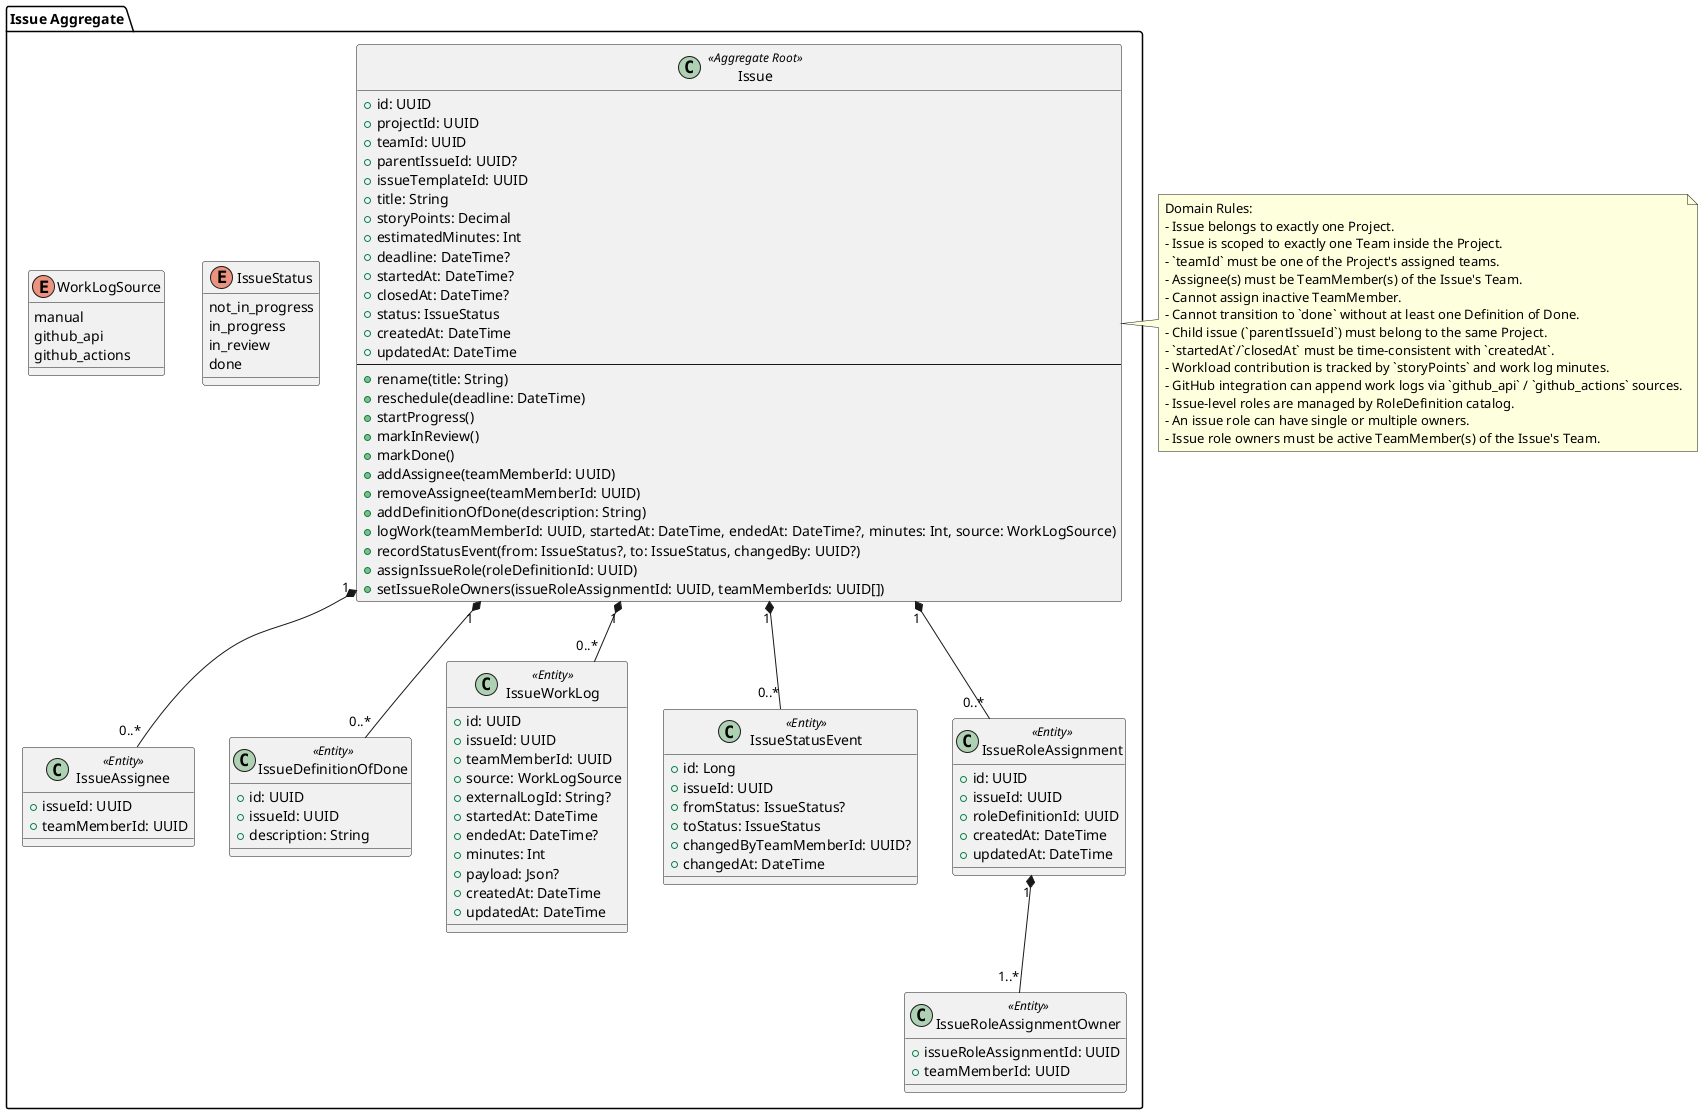
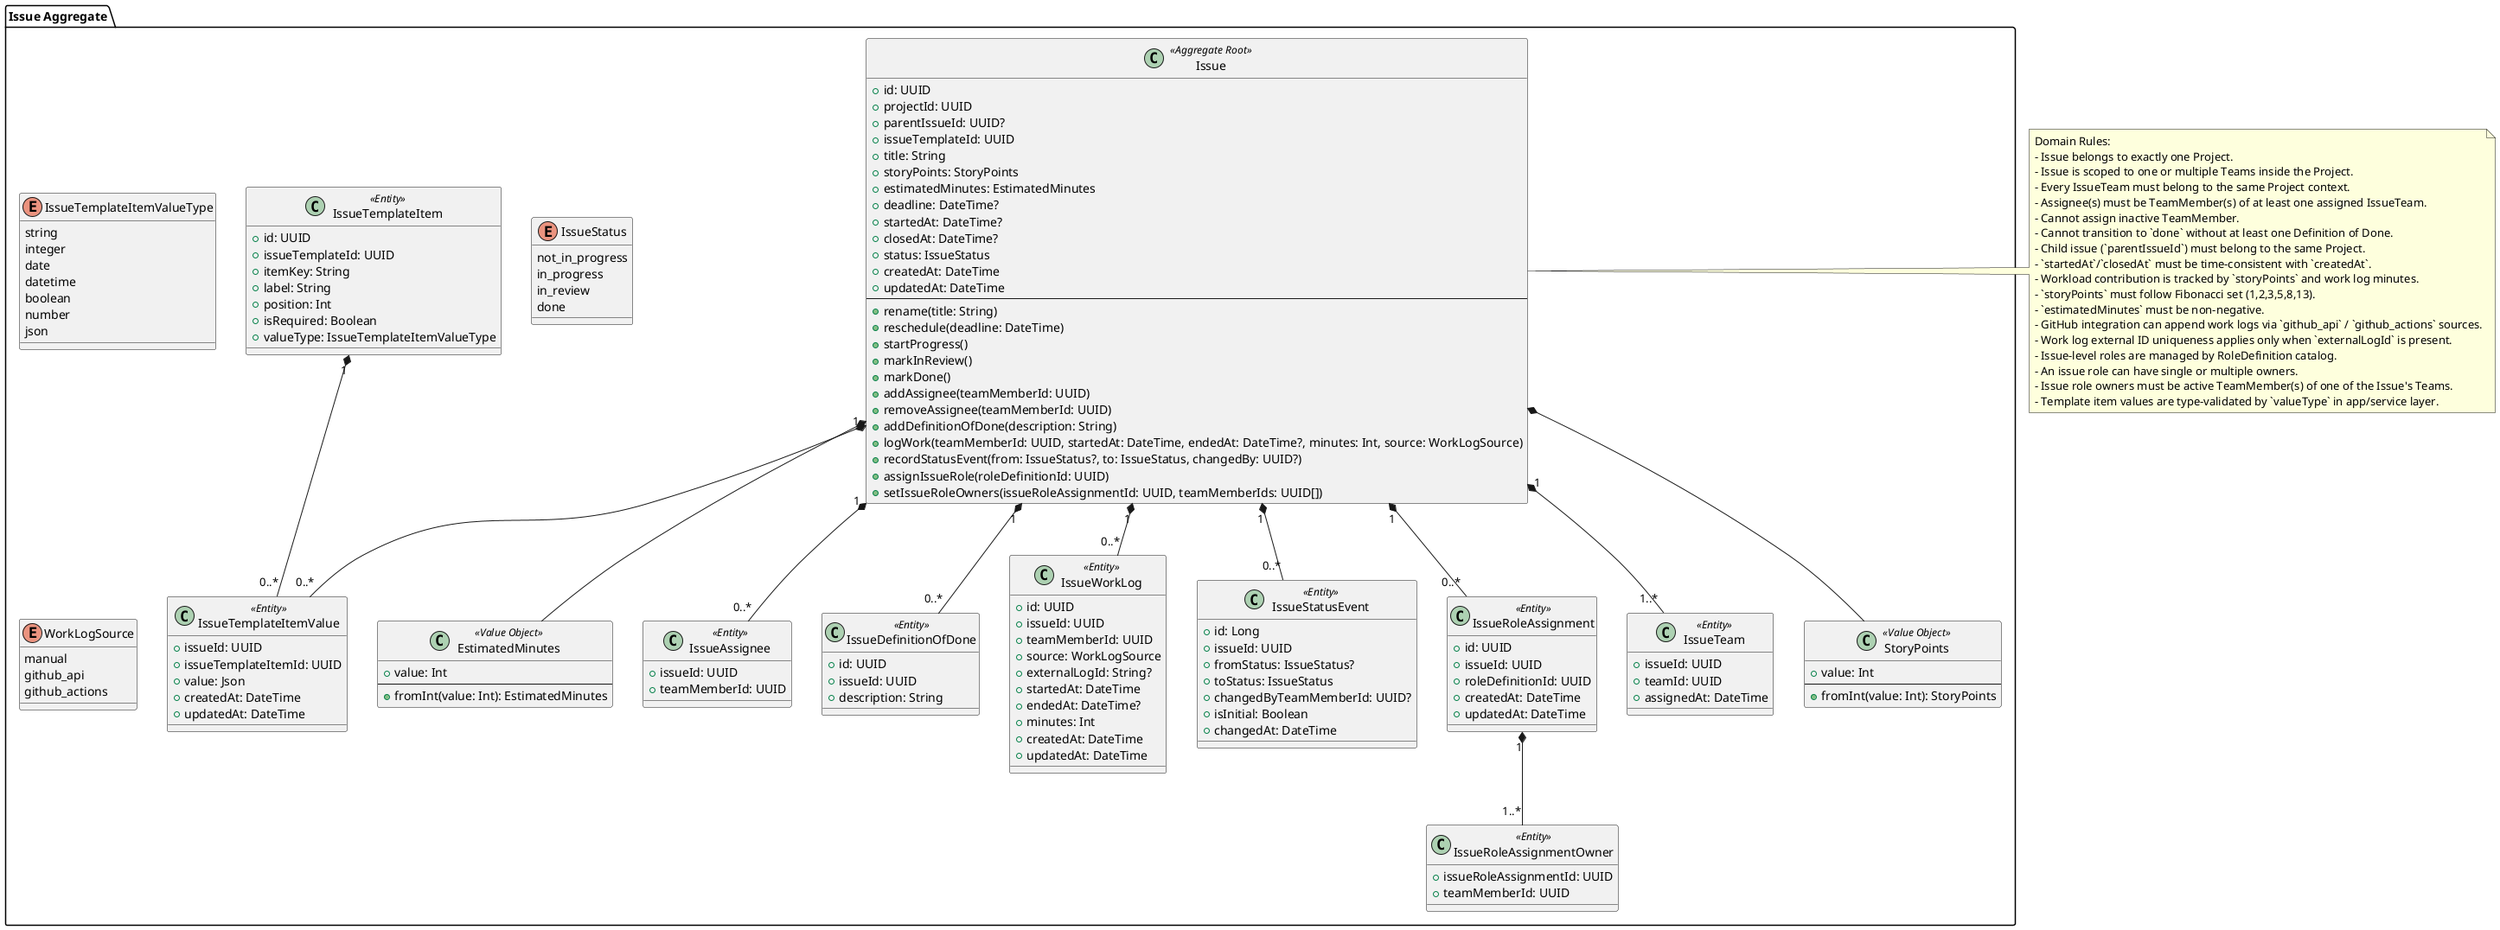
@startuml
package "Issue Aggregate" {

  class Issue <<Aggregate Root>> {
    +id: UUID
    +projectId: UUID
-     +teamId: UUID
    +parentIssueId: UUID?
    +issueTemplateId: UUID
    +title: String
-     +storyPoints: Decimal
-     +estimatedMinutes: Int
+     +storyPoints: StoryPoints
+     +estimatedMinutes: EstimatedMinutes
    +deadline: DateTime?
    +startedAt: DateTime?
    +closedAt: DateTime?
    +status: IssueStatus
    +createdAt: DateTime
    +updatedAt: DateTime
    --
    +rename(title: String)
    +reschedule(deadline: DateTime)
    +startProgress()
    +markInReview()
    +markDone()
    +addAssignee(teamMemberId: UUID)
    +removeAssignee(teamMemberId: UUID)
    +addDefinitionOfDone(description: String)
    +logWork(teamMemberId: UUID, startedAt: DateTime, endedAt: DateTime?, minutes: Int, source: WorkLogSource)
    +recordStatusEvent(from: IssueStatus?, to: IssueStatus, changedBy: UUID?)
    +assignIssueRole(roleDefinitionId: UUID)
    +setIssueRoleOwners(issueRoleAssignmentId: UUID, teamMemberIds: UUID[])
+   }
+ 
+   class IssueTeam <<Entity>> {
+     +issueId: UUID
+     +teamId: UUID
+     +assignedAt: DateTime
+   }
+ 
+   class StoryPoints <<Value Object>> {
+     +value: Int
+     --
+     +fromInt(value: Int): StoryPoints
+   }
+ 
+   class EstimatedMinutes <<Value Object>> {
+     +value: Int
+     --
+     +fromInt(value: Int): EstimatedMinutes
+   }
+ 
+   enum IssueTemplateItemValueType {
+     string
+     integer
+     date
+     datetime
+     boolean
+     number
+     json
  }

  enum IssueStatus {
    not_in_progress
    in_progress
    in_review
    done
  }

  class IssueAssignee <<Entity>> {
    +issueId: UUID
    +teamMemberId: UUID
  }

  class IssueDefinitionOfDone <<Entity>> {
    +id: UUID
    +issueId: UUID
    +description: String
  }

  enum WorkLogSource {
    manual
    github_api
    github_actions
  }

  class IssueWorkLog <<Entity>> {
    +id: UUID
    +issueId: UUID
    +teamMemberId: UUID
    +source: WorkLogSource
    +externalLogId: String?
    +startedAt: DateTime
    +endedAt: DateTime?
    +minutes: Int
-     +payload: Json?
    +createdAt: DateTime
    +updatedAt: DateTime
  }

  class IssueStatusEvent <<Entity>> {
    +id: Long
    +issueId: UUID
    +fromStatus: IssueStatus?
    +toStatus: IssueStatus
    +changedByTeamMemberId: UUID?
+     +isInitial: Boolean
    +changedAt: DateTime
  }

  class IssueRoleAssignment <<Entity>> {
    +id: UUID
    +issueId: UUID
    +roleDefinitionId: UUID
    +createdAt: DateTime
    +updatedAt: DateTime
  }

  class IssueRoleAssignmentOwner <<Entity>> {
    +issueRoleAssignmentId: UUID
    +teamMemberId: UUID
  }

+   class IssueTemplateItem <<Entity>> {
+     +id: UUID
+     +issueTemplateId: UUID
+     +itemKey: String
+     +label: String
+     +position: Int
+     +isRequired: Boolean
+     +valueType: IssueTemplateItemValueType
+   }
+ 
+   class IssueTemplateItemValue <<Entity>> {
+     +issueId: UUID
+     +issueTemplateItemId: UUID
+     +value: Json
+     +createdAt: DateTime
+     +updatedAt: DateTime
+   }
+ 
+   Issue "1" *-- "1..*" IssueTeam
+   Issue *-- StoryPoints
+   Issue *-- EstimatedMinutes
  Issue "1" *-- "0..*" IssueAssignee
  Issue "1" *-- "0..*" IssueDefinitionOfDone
  Issue "1" *-- "0..*" IssueWorkLog
  Issue "1" *-- "0..*" IssueStatusEvent
  Issue "1" *-- "0..*" IssueRoleAssignment
+   Issue "1" *-- "0..*" IssueTemplateItemValue
+   IssueTemplateItem "1" *-- "0..*" IssueTemplateItemValue
  IssueRoleAssignment "1" *-- "1..*" IssueRoleAssignmentOwner
}

note right of Issue
Domain Rules:
- Issue belongs to exactly one Project.
- - Issue is scoped to exactly one Team inside the Project.
- - `teamId` must be one of the Project's assigned teams.
- - Assignee(s) must be TeamMember(s) of the Issue's Team.
+ - Issue is scoped to one or multiple Teams inside the Project.
+ - Every IssueTeam must belong to the same Project context.
+ - Assignee(s) must be TeamMember(s) of at least one assigned IssueTeam.
- Cannot assign inactive TeamMember.
- Cannot transition to `done` without at least one Definition of Done.
- Child issue (`parentIssueId`) must belong to the same Project.
- `startedAt`/`closedAt` must be time-consistent with `createdAt`.
- Workload contribution is tracked by `storyPoints` and work log minutes.
+ - `storyPoints` must follow Fibonacci set (1,2,3,5,8,13).
+ - `estimatedMinutes` must be non-negative.
- GitHub integration can append work logs via `github_api` / `github_actions` sources.
+ - Work log external ID uniqueness applies only when `externalLogId` is present.
- Issue-level roles are managed by RoleDefinition catalog.
- An issue role can have single or multiple owners.
- - Issue role owners must be active TeamMember(s) of the Issue's Team.
+ - Issue role owners must be active TeamMember(s) of one of the Issue's Teams.
+ - Template item values are type-validated by `valueType` in app/service layer.
end note

@enduml